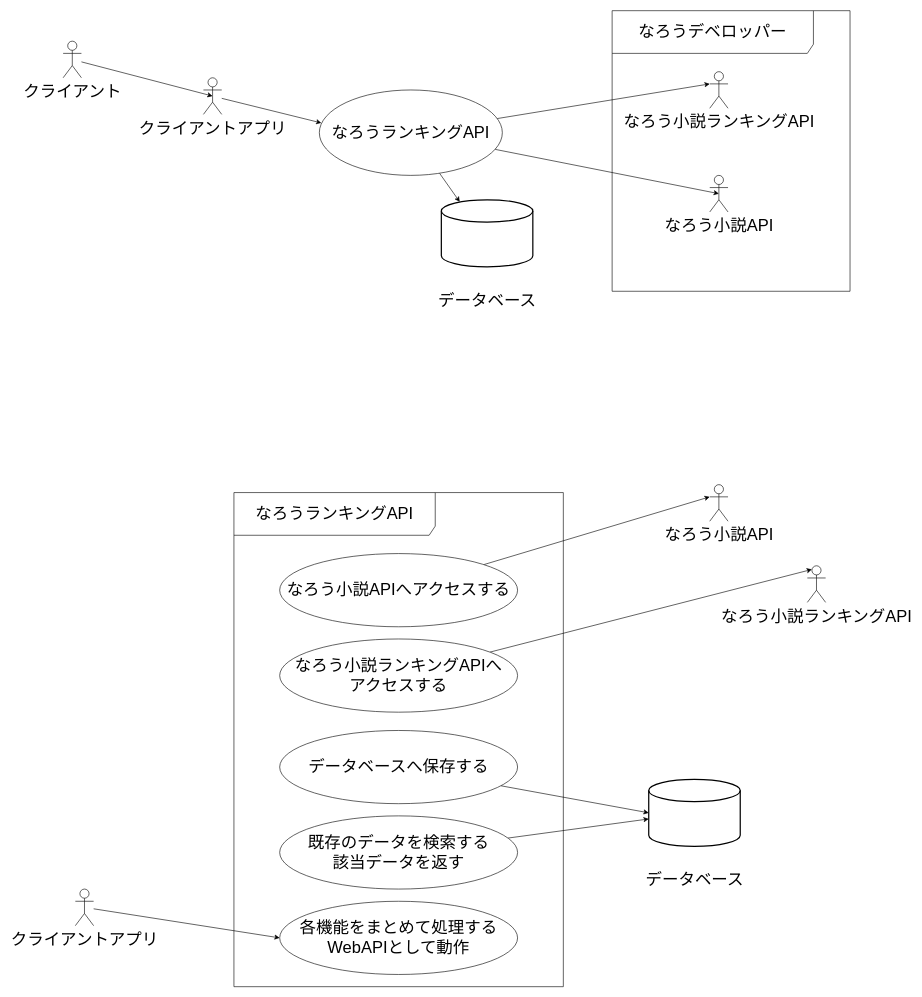
The draw.io diagram page "ユースケース(なろうランキングAPI)" (3 of 3) of なろう.drawio in k-irie/narou, before the edit. Source tidied: cells renumbered, new cells numbered last; positions are measured from the earlier drawing's top-left corner, leaving out a move shared by most shapes. Both pictures are drawn from the tidied source at 61%, with x=0, y=0 at pixel (63, 10).
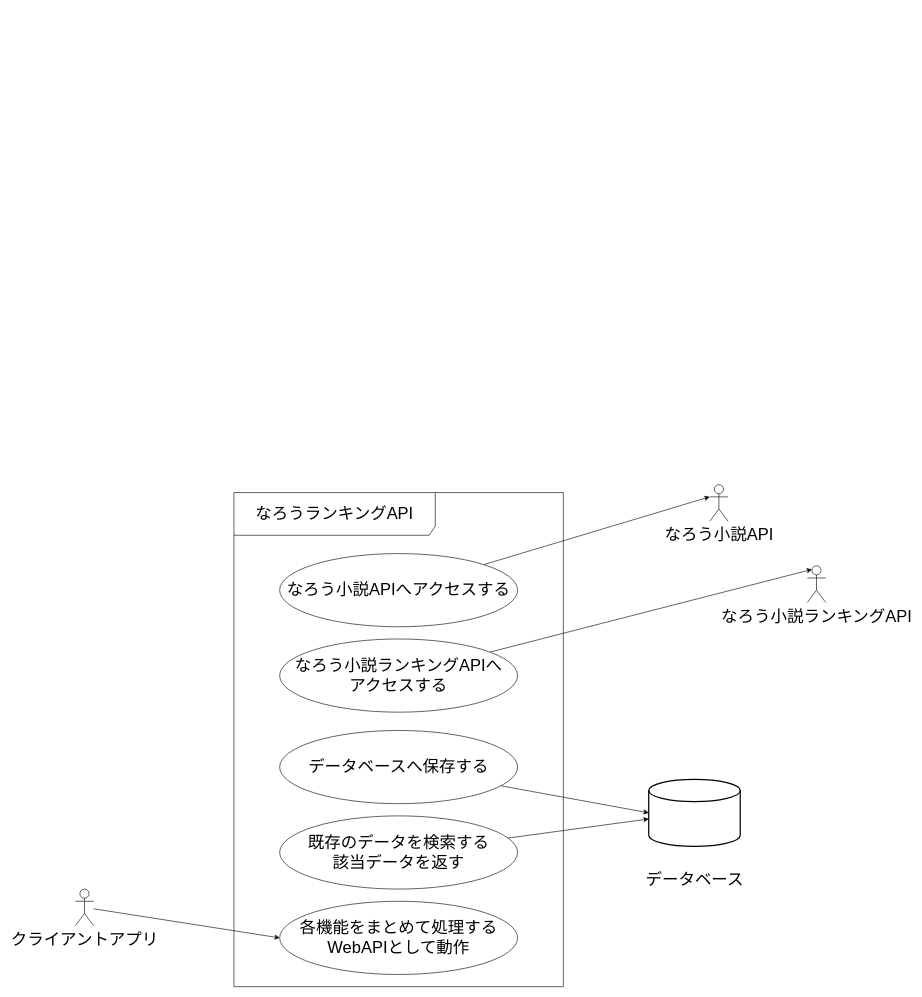
The same diagram, later.

Change to the diagram source:
```diff
@@
-    <mxCell id="2" style="edgeStyle=none;html=1;entryX=0;entryY=0.3333333333333333;entryDx=0;entryDy=0;entryPerimeter=0;fontSize=27;" parent="1" edge="1" source="5" target="11">
-      <mxGeometry relative="1" as="geometry" />
-    </mxCell>
-    <mxCell id="3" style="edgeStyle=none;html=1;entryX=0.5;entryY=0.5;entryDx=0;entryDy=0;entryPerimeter=0;fontSize=27;" parent="1" edge="1" source="5" target="12">
-      <mxGeometry relative="1" as="geometry" />
-    </mxCell>
-    <mxCell id="4" style="edgeStyle=none;html=1;entryX=0.201;entryY=0.031;entryDx=0;entryDy=0;entryPerimeter=0;fontSize=27;" parent="1" edge="1" source="5" target="13">
-      <mxGeometry relative="1" as="geometry" />
-    </mxCell>
-    <mxCell id="5" value="なろうランキングAPI" style="ellipse;whiteSpace=wrap;html=1;fontSize=27;" parent="1" vertex="1">
-      <mxGeometry x="420" y="130" width="300" height="140" as="geometry" />
-    </mxCell>
-    <mxCell id="6" style="edgeStyle=none;html=1;entryX=0.011;entryY=0.386;entryDx=0;entryDy=0;entryPerimeter=0;fontSize=27;" parent="1" edge="1" source="7" target="5">
-      <mxGeometry relative="1" as="geometry" />
-    </mxCell>
-    <mxCell id="7" value="クライアントアプリ" style="shape=umlActor;html=1;verticalLabelPosition=bottom;verticalAlign=top;align=center;fontSize=27;" parent="1" vertex="1">
-      <mxGeometry x="230" y="110" width="30" height="60" as="geometry" />
-    </mxCell>
-    <mxCell id="8" style="edgeStyle=none;html=1;entryX=0.5;entryY=0.5;entryDx=0;entryDy=0;entryPerimeter=0;fontSize=27;" parent="1" edge="1" source="9" target="7">
-      <mxGeometry relative="1" as="geometry" />
-    </mxCell>
-    <mxCell id="9" value="クライアント" style="shape=umlActor;html=1;verticalLabelPosition=bottom;verticalAlign=top;align=center;fontSize=27;" parent="1" vertex="1">
-      <mxGeometry y="50" width="30" height="60" as="geometry" />
-    </mxCell>
-    <mxCell id="10" value="なろうデベロッパー" style="shape=umlFrame;whiteSpace=wrap;html=1;fontSize=27;width=330;height=70;" parent="1" vertex="1">
-      <mxGeometry x="900" width="390" height="460" as="geometry" />
-    </mxCell>
-    <mxCell id="11" value="なろう小説ランキングAPI" style="shape=umlActor;html=1;verticalLabelPosition=bottom;verticalAlign=top;align=center;fontSize=27;" parent="1" vertex="1">
-      <mxGeometry x="1060" y="100" width="30" height="60" as="geometry" />
-    </mxCell>
-    <mxCell id="12" value="なろう小説API" style="shape=umlActor;html=1;verticalLabelPosition=bottom;verticalAlign=top;align=center;fontSize=27;" parent="1" vertex="1">
-      <mxGeometry x="1060" y="270" width="30" height="60" as="geometry" />
-    </mxCell>
-    <mxCell id="13" style="strokeWidth=2;html=1;shape=mxgraph.flowchart.database;whiteSpace=wrap;fontSize=27;" parent="1" vertex="1">
-      <mxGeometry x="620" y="310" width="150" height="110" as="geometry" />
-    </mxCell>
-    <mxCell id="14" value="データベース" style="text;html=1;align=center;verticalAlign=middle;strokeColor=none;fillColor=none;fontSize=27;" parent="1" vertex="1">
-      <mxGeometry x="600" y="450" width="190" height="50" as="geometry" />
-    </mxCell>
```
